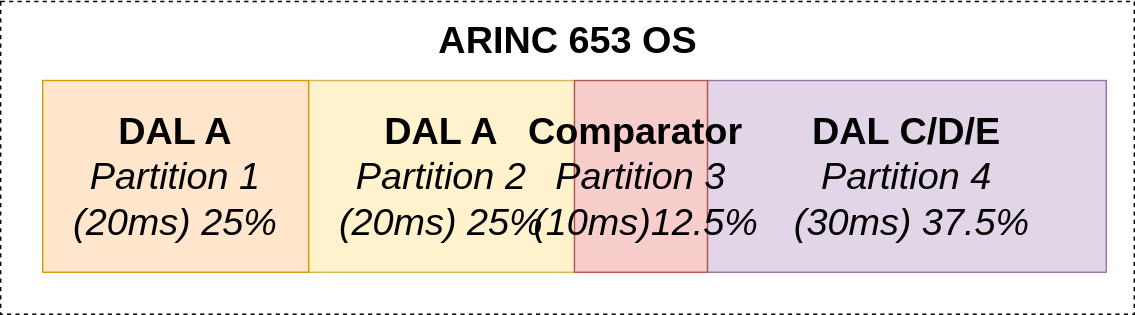
Earlier version of the draw.io export documentation/arinc-partitions/arinc_partitions.drawio.svg (Alex-Cooke192/Regulations_and_Principles_Assignment_1). Source tidied: cells renumbered, new cells last; positions are measured from the earlier drawing's top-left corner, leaving out a move shared by most shapes. The source it was exported from:
```xml
<mxGraphModel>
  <root>
    <mxCell id="0" />
    <mxCell id="1" parent="0" />
    <mxCell id="2" style="rounded=0;whiteSpace=wrap;html=1;dashed=1;fillColor=none;" parent="1" vertex="1">
      <mxGeometry y="0.5" width="810" height="223.5" as="geometry" />
    </mxCell>
    <mxCell id="3" value="ARINC 653 OS" style="text;html=1;whiteSpace=wrap;strokeColor=none;fillColor=none;align=center;verticalAlign=middle;rounded=0;fontSize=27;fontStyle=1;" parent="1" vertex="1">
      <mxGeometry x="287.5" y="14" width="235" height="30" as="geometry" />
    </mxCell>
    <mxCell id="4" value="&lt;font style=&quot;font-size: 27px;&quot;&gt;&lt;b&gt;DAL A&lt;/b&gt;&lt;/font&gt;&lt;div&gt;&lt;font style=&quot;font-size: 27px;&quot;&gt;&lt;i&gt;Partition 2&lt;/i&gt;&lt;/font&gt;&lt;/div&gt;&lt;div&gt;&lt;font style=&quot;font-size: 27px;&quot;&gt;&lt;i&gt;(20ms) 25%&lt;/i&gt;&lt;/font&gt;&lt;/div&gt;" style="rounded=0;whiteSpace=wrap;html=1;fillColor=#fff2cc;strokeColor=#d6b656;" parent="1" vertex="1">
      <mxGeometry x="220" y="57" width="190" height="137" as="geometry" />
    </mxCell>
    <mxCell id="5" value="&lt;font style=&quot;font-size: 27px;&quot;&gt;&lt;b&gt;DAL A&lt;/b&gt;&lt;/font&gt;&lt;div&gt;&lt;font style=&quot;font-size: 27px;&quot;&gt;&lt;i&gt;Partition 1&lt;/i&gt;&lt;/font&gt;&lt;/div&gt;&lt;div&gt;&lt;font style=&quot;font-size: 27px;&quot;&gt;&lt;i&gt;(20ms) 25%&lt;/i&gt;&lt;/font&gt;&lt;/div&gt;" style="rounded=0;whiteSpace=wrap;html=1;fillColor=#ffe6cc;strokeColor=#d79b00;" parent="1" vertex="1">
      <mxGeometry x="30" y="57" width="190" height="137" as="geometry" />
    </mxCell>
    <mxCell id="6" value="&lt;font style=&quot;font-size: 27px;&quot;&gt;&lt;b&gt;DAL C/D/E&lt;/b&gt;&lt;/font&gt;&lt;div&gt;&lt;font style=&quot;font-size: 27px;&quot;&gt;&lt;i&gt;Partition 4&lt;/i&gt;&lt;/font&gt;&lt;/div&gt;&lt;div&gt;&lt;font style=&quot;font-size: 27px;&quot;&gt;&lt;i&gt;&amp;nbsp;(30ms) 37.5%&lt;/i&gt;&lt;/font&gt;&lt;/div&gt;" style="rounded=0;whiteSpace=wrap;html=1;fillColor=#e1d5e7;strokeColor=#9673a6;" parent="1" vertex="1">
      <mxGeometry x="505" y="57" width="285" height="137" as="geometry" />
    </mxCell>
    <mxCell id="7" value="&lt;span style=&quot;font-size: 27px;&quot;&gt;&lt;b&gt;Comparator&amp;nbsp;&lt;/b&gt;&lt;/span&gt;&lt;div&gt;&lt;span style=&quot;font-size: 27px;&quot;&gt;&lt;i&gt;Partition 3&lt;/i&gt;&lt;/span&gt;&lt;/div&gt;&lt;div&gt;&lt;span style=&quot;font-size: 27px;&quot;&gt;&lt;i&gt;&amp;nbsp;(10ms)12.5%&lt;/i&gt;&lt;/span&gt;&lt;/div&gt;" style="rounded=0;whiteSpace=wrap;html=1;fillColor=#f8cecc;strokeColor=#b85450;" parent="1" vertex="1">
      <mxGeometry x="410" y="57" width="95" height="137" as="geometry" />
    </mxCell>
  </root>
</mxGraphModel>
```
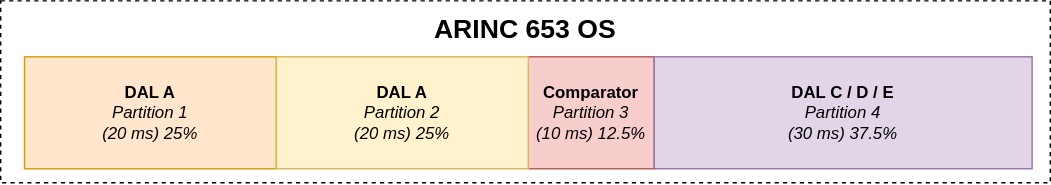
Later version of the same file.

Commit message:
added updated arinc partitions diagram (all text is now fulyl within its respective ARINC partition box

Change to the diagram source:
```diff
@@ -2,23 +2,23 @@
   <root>
     <mxCell id="0" />
     <mxCell id="1" parent="0" />
-    <mxCell id="2" style="rounded=0;whiteSpace=wrap;html=1;dashed=1;fillColor=none;" parent="1" vertex="1">
-      <mxGeometry y="0.5" width="810" height="223.5" as="geometry" />
-    </mxCell>
+    <mxCell id="8" style="rounded=0;whiteSpace=wrap;html=1;fillColor=none;dashed=1;" parent="1" vertex="1">
+      <mxGeometry x="2.5" y="8" width="750" height="130" as="geometry" />
+    </mxCell>
-    <mxCell id="3" value="ARINC 653 OS" style="text;html=1;whiteSpace=wrap;strokeColor=none;fillColor=none;align=center;verticalAlign=middle;rounded=0;fontSize=27;fontStyle=1;" parent="1" vertex="1">
-      <mxGeometry x="287.5" y="14" width="235" height="30" as="geometry" />
+    <mxCell id="3" value="ARINC 653 OS" style="text;html=1;whiteSpace=wrap;strokeColor=none;fillColor=none;align=center;verticalAlign=middle;rounded=0;fontSize=19;fontStyle=1;" parent="1" vertex="1">
+      <mxGeometry x="287.5" y="14" width="180" height="30" as="geometry" />
     </mxCell>
-    <mxCell id="4" value="&lt;font style=&quot;font-size: 27px;&quot;&gt;&lt;b&gt;DAL A&lt;/b&gt;&lt;/font&gt;&lt;div&gt;&lt;font style=&quot;font-size: 27px;&quot;&gt;&lt;i&gt;Partition 2&lt;/i&gt;&lt;/font&gt;&lt;/div&gt;&lt;div&gt;&lt;font style=&quot;font-size: 27px;&quot;&gt;&lt;i&gt;(20ms) 25%&lt;/i&gt;&lt;/font&gt;&lt;/div&gt;" style="rounded=0;whiteSpace=wrap;html=1;fillColor=#fff2cc;strokeColor=#d6b656;" parent="1" vertex="1">
-      <mxGeometry x="220" y="57" width="190" height="137" as="geometry" />
-    </mxCell>
-    <mxCell id="5" value="&lt;font style=&quot;font-size: 27px;&quot;&gt;&lt;b&gt;DAL A&lt;/b&gt;&lt;/font&gt;&lt;div&gt;&lt;font style=&quot;font-size: 27px;&quot;&gt;&lt;i&gt;Partition 1&lt;/i&gt;&lt;/font&gt;&lt;/div&gt;&lt;div&gt;&lt;font style=&quot;font-size: 27px;&quot;&gt;&lt;i&gt;(20ms) 25%&lt;/i&gt;&lt;/font&gt;&lt;/div&gt;" style="rounded=0;whiteSpace=wrap;html=1;fillColor=#ffe6cc;strokeColor=#d79b00;" parent="1" vertex="1">
-      <mxGeometry x="30" y="57" width="190" height="137" as="geometry" />
-    </mxCell>
-    <mxCell id="6" value="&lt;font style=&quot;font-size: 27px;&quot;&gt;&lt;b&gt;DAL C/D/E&lt;/b&gt;&lt;/font&gt;&lt;div&gt;&lt;font style=&quot;font-size: 27px;&quot;&gt;&lt;i&gt;Partition 4&lt;/i&gt;&lt;/font&gt;&lt;/div&gt;&lt;div&gt;&lt;font style=&quot;font-size: 27px;&quot;&gt;&lt;i&gt;&amp;nbsp;(30ms) 37.5%&lt;/i&gt;&lt;/font&gt;&lt;/div&gt;" style="rounded=0;whiteSpace=wrap;html=1;fillColor=#e1d5e7;strokeColor=#9673a6;" parent="1" vertex="1">
-      <mxGeometry x="505" y="57" width="285" height="137" as="geometry" />
-    </mxCell>
-    <mxCell id="7" value="&lt;span style=&quot;font-size: 27px;&quot;&gt;&lt;b&gt;Comparator&amp;nbsp;&lt;/b&gt;&lt;/span&gt;&lt;div&gt;&lt;span style=&quot;font-size: 27px;&quot;&gt;&lt;i&gt;Partition 3&lt;/i&gt;&lt;/span&gt;&lt;/div&gt;&lt;div&gt;&lt;span style=&quot;font-size: 27px;&quot;&gt;&lt;i&gt;&amp;nbsp;(10ms)12.5%&lt;/i&gt;&lt;/span&gt;&lt;/div&gt;" style="rounded=0;whiteSpace=wrap;html=1;fillColor=#f8cecc;strokeColor=#b85450;" parent="1" vertex="1">
-      <mxGeometry x="410" y="57" width="95" height="137" as="geometry" />
-    </mxCell>
+    <mxCell id="9" value="&lt;b&gt;Comparator&lt;/b&gt;&lt;div&gt;&lt;i&gt;Partition 3&lt;/i&gt;&lt;/div&gt;&lt;div&gt;&lt;i&gt;(10 ms) 12.5%&lt;/i&gt;&lt;/div&gt;" style="rounded=0;whiteSpace=wrap;html=1;fillColor=#f8cecc;strokeColor=#b85450;" parent="1" vertex="1">
+      <mxGeometry x="379.5" y="48" width="90" height="80" as="geometry" />
+    </mxCell>
+    <mxCell id="10" value="&lt;b&gt;DAL A&lt;/b&gt;&lt;div&gt;&lt;i&gt;Partition 1&lt;/i&gt;&lt;/div&gt;&lt;div&gt;&lt;i&gt;(20 ms) 25%&lt;/i&gt;&lt;/div&gt;" style="rounded=0;whiteSpace=wrap;html=1;fillColor=#ffe6cc;strokeColor=#d79b00;" parent="1" vertex="1">
+      <mxGeometry x="19.5" y="48" width="180" height="80" as="geometry" />
+    </mxCell>
+    <mxCell id="11" value="&lt;b&gt;DAL A&lt;/b&gt;&lt;div&gt;&lt;i&gt;Partition 2&lt;/i&gt;&lt;/div&gt;&lt;div&gt;&lt;i&gt;(20 ms) 25%&lt;/i&gt;&lt;/div&gt;" style="rounded=0;whiteSpace=wrap;html=1;fillColor=#fff2cc;strokeColor=#d6b656;" parent="1" vertex="1">
+      <mxGeometry x="199.5" y="48" width="180" height="80" as="geometry" />
+    </mxCell>
+    <mxCell id="12" value="&lt;b&gt;DAL C / D / E&lt;/b&gt;&lt;div&gt;&lt;i&gt;Partition 4&lt;/i&gt;&lt;/div&gt;&lt;div&gt;&lt;i&gt;(30 ms) 37.5%&lt;/i&gt;&lt;/div&gt;" style="rounded=0;whiteSpace=wrap;html=1;fillColor=#e1d5e7;strokeColor=#9673a6;" parent="1" vertex="1">
+      <mxGeometry x="469.5" y="48" width="270" height="80" as="geometry" />
+    </mxCell>
   </root>
 </mxGraphModel>
```
